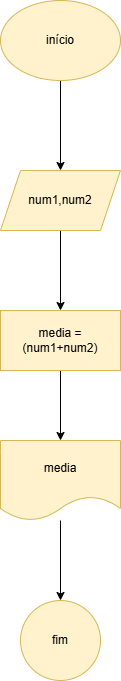
BrunoSantosTI/PA_python keeps this draw.io diagram as variaveiseoperadoresaritmeticos.txt/CalculoMédia.drawio.png. Above is the earlier version. Source tidied: cells renumbered, new cells last; positions are measured from the earlier drawing's top-left corner, leaving out a move shared by most shapes.
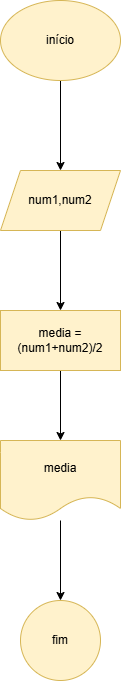
After the change.

Diff of the diagram source:
```diff
@@ -17,7 +17,7 @@
     <mxCell id="6" style="edgeStyle=orthogonalEdgeStyle;rounded=0;jettySize=auto;html=1;" parent="1" edge="1" source="7" target="9">
       <mxGeometry relative="1" as="geometry" />
     </mxCell>
-    <mxCell id="7" value="media = (num1+num2)" style="whiteSpace=wrap;html=1;fillColor=#fff2cc;strokeColor=#d6b656;" parent="1" vertex="1">
+    <mxCell id="7" value="media = (num1+num2)/2" style="whiteSpace=wrap;html=1;fillColor=#fff2cc;strokeColor=#d6b656;" parent="1" vertex="1">
       <mxGeometry y="310" width="120" height="60" as="geometry" />
     </mxCell>
     <mxCell id="8" style="edgeStyle=orthogonalEdgeStyle;rounded=0;jettySize=auto;html=1;" parent="1" edge="1" source="9" target="10">
```
